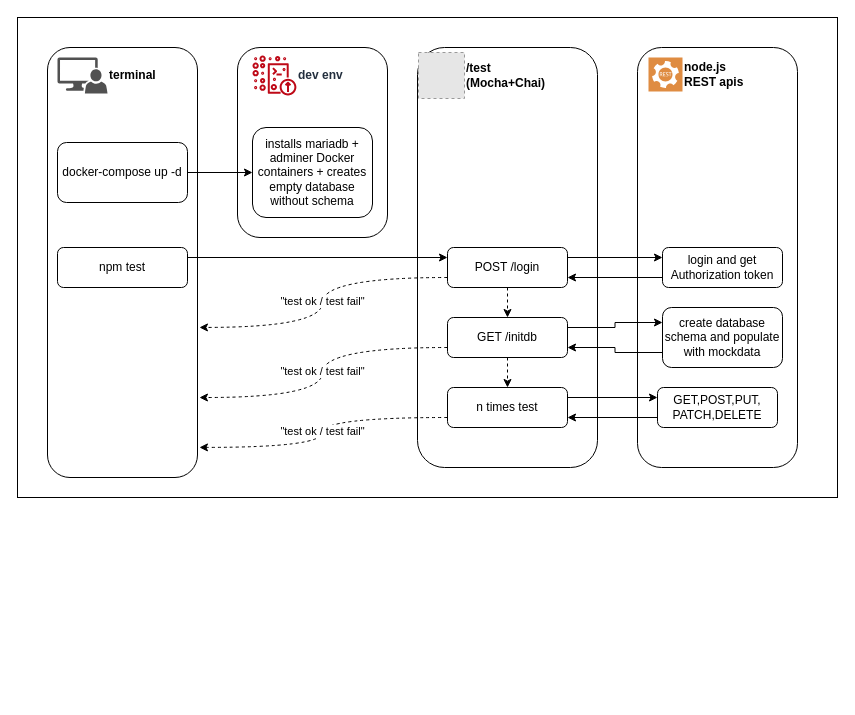
Before: how-to-run-process.drawio in tupito/wepa-ht, a draw.io diagram. Source tidied: cells renumbered, new cells numbered last; positions are measured from the earlier drawing's top-left corner, leaving out a move shared by most shapes. Both pictures are drawn from the tidied source at 100%, with x=0, y=0 at pixel (17, 17). Pictures stored in the file or linked from it are replaced by grey dashed boxes.
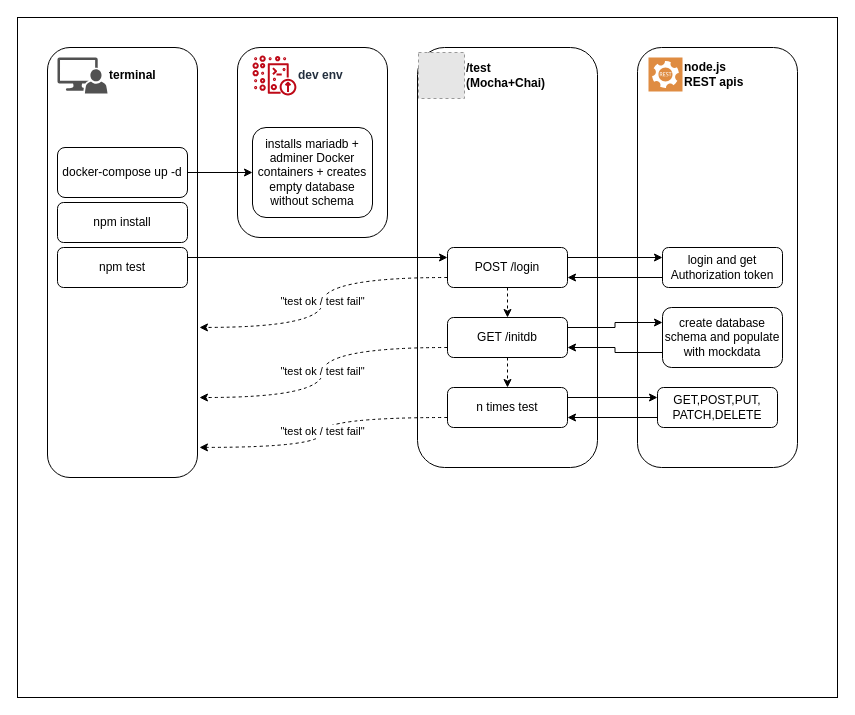
After the change.

Commit message (it also covers changes not shown here):
edit how-to-run-process.*, add npm install

Diff of the diagram source:
```diff
@@
     <mxCell id="2" style="rounded=0;whiteSpace=wrap;html=1;" parent="1" vertex="1">
-      <mxGeometry width="820" height="480" as="geometry" />
+      <mxGeometry width="820" height="680" as="geometry" />
     </mxCell>
@@
     <mxCell id="12" value="docker-compose up -d" style="text;html=1;fillColor=none;align=center;verticalAlign=middle;whiteSpace=wrap;rounded=1;strokeColor=#000000;" parent="1" vertex="1">
-      <mxGeometry x="40" y="125" width="130" height="60" as="geometry" />
+      <mxGeometry x="40" y="130" width="130" height="50" as="geometry" />
     </mxCell>
@@
+    <mxCell id="33" value="npm install" style="text;html=1;fillColor=none;align=center;verticalAlign=middle;whiteSpace=wrap;rounded=1;strokeColor=#000000;" parent="1" vertex="1">
+      <mxGeometry x="40" y="185" width="130" height="40" as="geometry" />
+    </mxCell>
```
